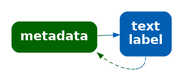
Earlier version of the Graphviz export Diagrams/meta-label.png (pmur002/hdvw). Its source is kept beside it as Diagrams/meta-label.dot.
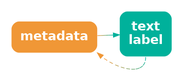
The same file after the commit.

The edit, as a diff of the source:
```diff
@@ -1,9 +1,9 @@
 digraph {
   graph [ rankdir=LR; margin=.2; nodesep=.5 ];
   node [ fontsize=20; fontname="sans bold"; margin=.2 ];
-  meta [ label="metadata\n"; shape=box; style="filled, rounded"; penwidth=0; fontcolor=white; fillcolor="#006400" ]
+  meta [ label="metadata\n"; shape=box; style="filled, rounded"; penwidth=0; fontcolor=white; fillcolor="#F09736" ]
   label [ label="text\nlabel"; shape=box;
-       style="filled, rounded"; penwidth=0; fontcolor=white; fillcolor="#005FB2" ]
-  meta -> label [ color="#006400;0.1:#006314;0.1:#006328;0.1:#00623B;0.1:#00624F;0.1:#006163;0.1:#006177;0.1:#00608A;0.1:#00609E;0.1:#005FB2;0.1" ]
-  label:s -> meta:se [ style="dashed", color="#005FB2;0.1:#00609E;0.1:#00608A;0.1:#006177;0.1:#006163;0.1:#00624F;0.1:#00623B;0.1:#006328;0.1:#006314;0.1:#006400;0.1" ]
+       style="filled, rounded"; penwidth=0; fontcolor=white; fillcolor="#00B19B" ]
+  meta -> label [ color="#F09736;0.1:#D59A41;0.1:#BB9D4C;0.1:#A0A058;0.1:#85A363;0.1:#6BA56E;0.1:#50A879;0.1:#35AB85;0.1:#1BAE90;0.1:#00B19B;0.1" ]
+  label:s -> meta:se [ style="dashed", color="#00B19B;0.1:#1BAE90;0.1:#35AB85;0.1:#50A879;0.1:#6BA56E;0.1:#85A363;0.1:#A0A058;0.1:#BB9D4C;0.1:#D59A41;0.1:#F09736;0.1" ]
 }
```
